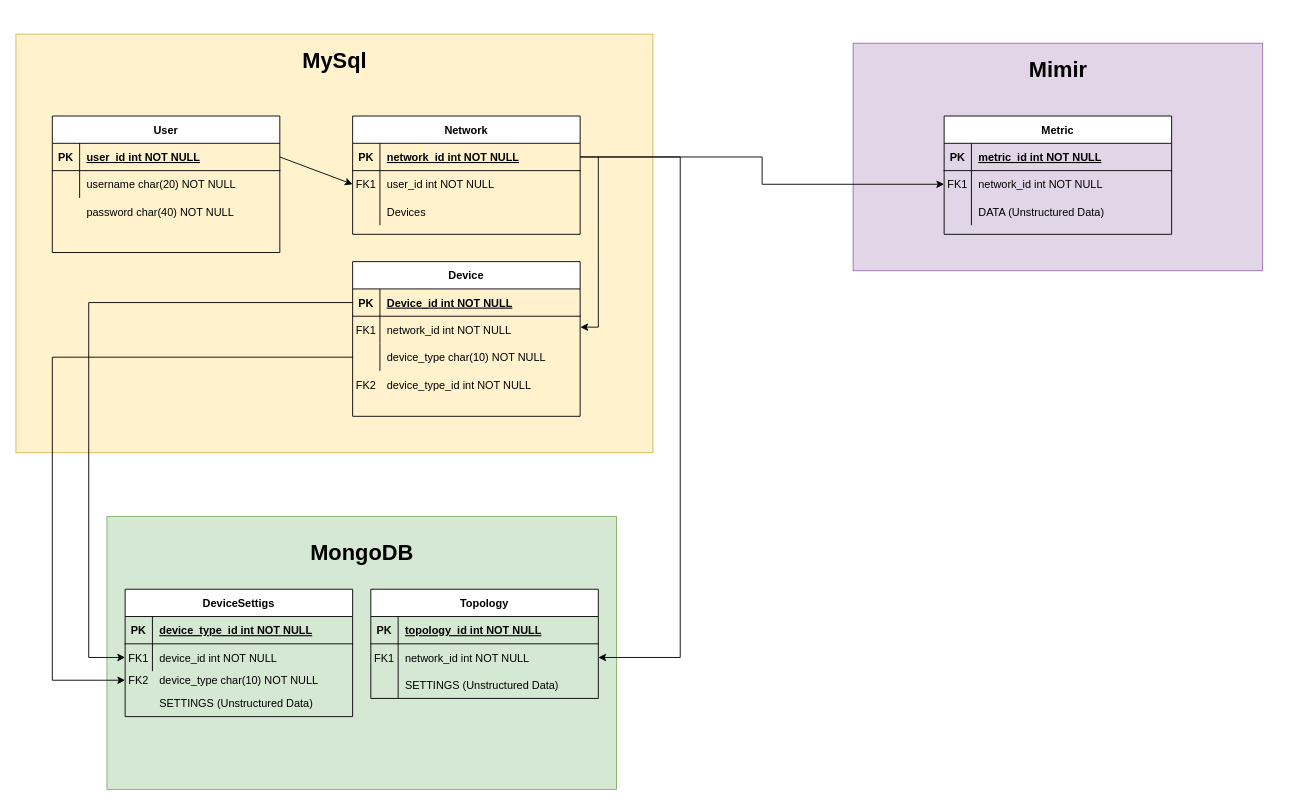
Above: documentation/diagrams/entity.drawio in detiuaveiro/PECI-05-2022-23 (draw.io), before the change. Source tidied: cells renumbered, new cells numbered last; positions are measured from the earlier drawing's top-left corner, leaving out a move shared by most shapes. Both pictures are drawn from the tidied source at 91%, with x=0, y=0 at pixel (15, 34).
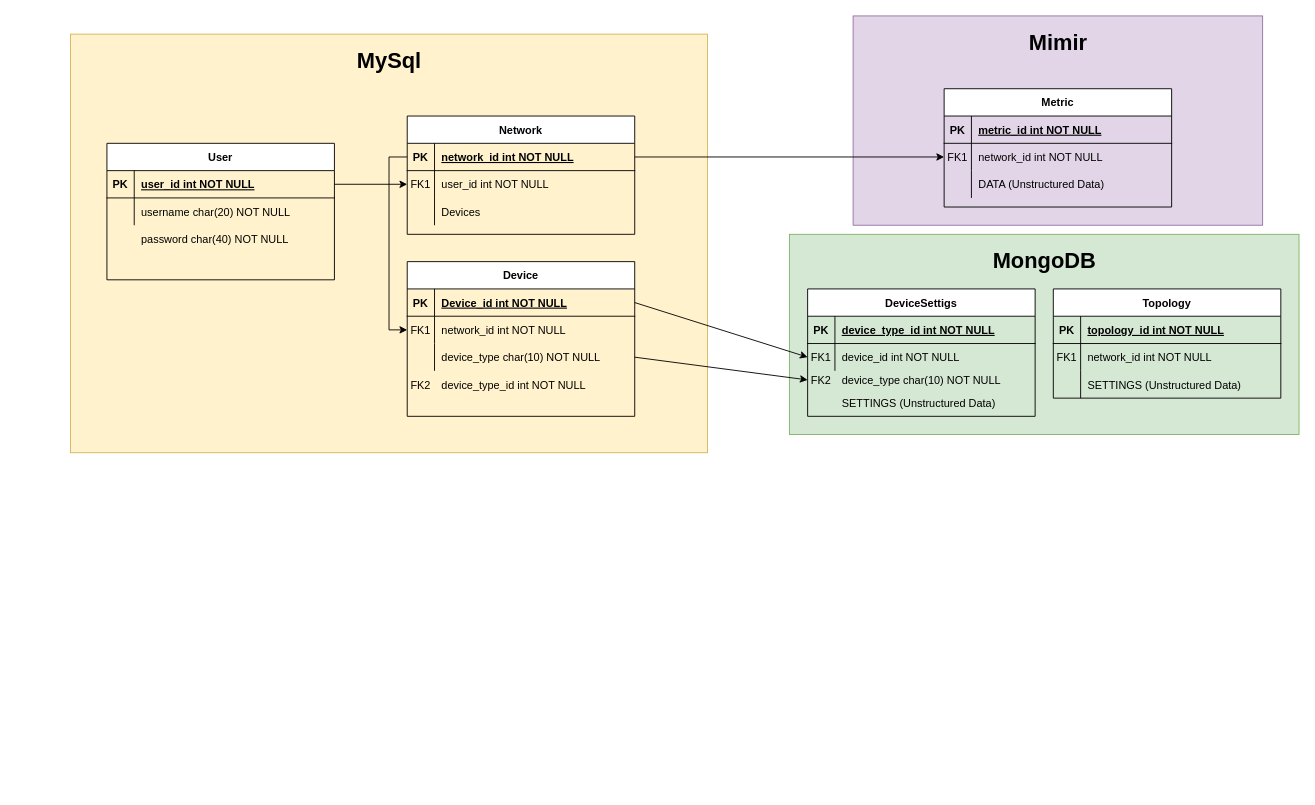
The same page after the edit.

The change refers to these unchanged cells:
```xml
<mxCell id="5" style="shape=partialRectangle;fillColor=none;points=[[0,0.5],[1,0.5]];portConstraint=eastwest;top=0;left=0;right=0;bottom=1;" parent="4" vertex="1">
  <mxGeometry y="30" width="250" height="30" as="geometry" />
</mxCell>
<mxCell id="15" style="shape=partialRectangle;fillColor=none;points=[[0,0.5],[1,0.5]];portConstraint=eastwest;top=0;left=0;right=0;bottom=1;" parent="14" vertex="1">
  <mxGeometry y="30" width="250" height="30" as="geometry" />
</mxCell>
<mxCell id="18" style="shape=partialRectangle;fillColor=none;points=[[0,0.5],[1,0.5]];portConstraint=eastwest;top=0;left=0;right=0;bottom=0;" parent="14" vertex="1">
  <mxGeometry y="60" width="250" height="30" as="geometry" />
</mxCell>
<mxCell id="21" style="shape=partialRectangle;fillColor=none;points=[[0,0.5],[1,0.5]];portConstraint=eastwest;top=0;left=0;right=0;bottom=0;" parent="14" vertex="1">
  <mxGeometry y="90" width="250" height="30" as="geometry" />
</mxCell>
<mxCell id="40" style="shape=partialRectangle;fillColor=none;points=[[0,0.5],[1,0.5]];portConstraint=eastwest;top=0;left=0;right=0;bottom=0;" parent="36" vertex="1">
  <mxGeometry y="60" width="250" height="30" as="geometry" />
</mxCell>
<mxCell id="62" style="shape=partialRectangle;fillColor=none;points=[[0,0.5],[1,0.5]];portConstraint=eastwest;top=0;left=0;right=0;bottom=0;" parent="58" vertex="1">
  <mxGeometry y="60" width="250" height="30" as="geometry" />
</mxCell>
```

What changed in the source:
```diff
@@
     <mxCell id="2" style="rounded=0;whiteSpace=wrap;html=1;fillColor=#d5e8d4;strokeColor=#82b366;" parent="1" vertex="1">
-      <mxGeometry x="100" y="530" width="560" height="300" as="geometry" />
+      <mxGeometry x="850" y="220" width="560" height="220" as="geometry" />
     </mxCell>
     <mxCell id="3" style="rounded=0;whiteSpace=wrap;html=1;fillColor=#fff2cc;strokeColor=#d6b656;" parent="1" vertex="1">
-      <mxGeometry width="700" height="460" as="geometry" />
+      <mxGeometry x="60" width="700" height="460" as="geometry" />
     </mxCell>
     <mxCell id="4" value="Network" style="shape=table;startSize=30;childLayout=tableLayout;rowLines=0;fontStyle=1;align=center;" parent="1" vertex="1">
-      <mxGeometry x="370" y="90" width="250" height="130" as="geometry" />
+      <mxGeometry x="430" y="90" width="250" height="130" as="geometry" />
     </mxCell>
@@
     <mxCell id="14" value="Device" style="shape=table;startSize=30;childLayout=tableLayout;rowLines=0;fontStyle=1;align=center;" parent="1" vertex="1">
-      <mxGeometry x="370" y="250" width="250" height="170" as="geometry" />
+      <mxGeometry x="430" y="250" width="250" height="170" as="geometry" />
     </mxCell>
@@
     <mxCell id="24" value="User" style="shape=table;startSize=30;childLayout=tableLayout;rowLines=0;fontStyle=1;align=center;" parent="1" vertex="1">
-      <mxGeometry x="40" y="90" width="250" height="150" as="geometry" />
+      <mxGeometry x="100" y="120" width="250" height="150" as="geometry" />
     </mxCell>
@@
     <mxCell id="31" value="password char(40) NOT NULL" style="shape=partialRectangle;overflow=hidden;fillColor=none;top=0;left=0;bottom=0;right=0;align=left;spacingLeft=6;" parent="1" vertex="1">
-      <mxGeometry x="70" y="180" width="220" height="30" as="geometry" />
+      <mxGeometry x="130" y="210" width="220" height="30" as="geometry" />
     </mxCell>
     <mxCell id="32" value="device_type_id int NOT NULL" style="shape=partialRectangle;overflow=hidden;fillColor=none;top=0;left=0;bottom=0;right=0;align=left;spacingLeft=6;" parent="1" vertex="1">
-      <mxGeometry x="400" y="370" width="200" height="30" as="geometry" />
+      <mxGeometry x="460" y="370" width="200" height="30" as="geometry" />
     </mxCell>
     <mxCell id="33" value="MySql" style="text;strokeColor=none;fillColor=none;html=1;fontSize=24;fontStyle=1;verticalAlign=middle;align=center;" parent="1" vertex="1">
-      <mxGeometry x="300" y="10" width="100" height="40" as="geometry" />
+      <mxGeometry x="360" y="10" width="100" height="40" as="geometry" />
     </mxCell>
     <mxCell id="34" value="MongoDB" style="text;strokeColor=none;fillColor=none;html=1;fontSize=24;fontStyle=1;verticalAlign=middle;align=center;" parent="1" vertex="1">
-      <mxGeometry x="330" y="550" width="100" height="40" as="geometry" />
+      <mxGeometry x="1080" y="230" width="100" height="40" as="geometry" />
     </mxCell>
     <mxCell id="35" value="FK2" style="shape=partialRectangle;overflow=hidden;fillColor=none;top=0;left=0;bottom=0;right=0;" parent="1" vertex="1">
-      <mxGeometry x="370" y="370" width="30" height="30" as="geometry" />
+      <mxGeometry x="430" y="370" width="30" height="30" as="geometry" />
     </mxCell>
     <mxCell id="36" value="DeviceSettigs" style="shape=table;startSize=30;childLayout=tableLayout;rowLines=0;fontStyle=1;align=center;" parent="1" vertex="1">
-      <mxGeometry x="120" y="610" width="250" height="140" as="geometry" />
+      <mxGeometry x="870" y="280" width="250" height="140" as="geometry" />
     </mxCell>
@@
     <mxCell id="43" style="rounded=0;whiteSpace=wrap;html=1;fillColor=#e1d5e7;strokeColor=#9673a6;" parent="1" vertex="1">
-      <mxGeometry x="920" y="10" width="450" height="250" as="geometry" />
+      <mxGeometry x="920" y="-20" width="450" height="230" as="geometry" />
     </mxCell>
     <mxCell id="44" value="Mimir" style="text;strokeColor=none;fillColor=none;html=1;fontSize=24;fontStyle=1;verticalAlign=middle;align=center;" parent="1" vertex="1">
-      <mxGeometry x="1095" y="20" width="100" height="40" as="geometry" />
+      <mxGeometry x="1095" y="-10" width="100" height="40" as="geometry" />
     </mxCell>
     <mxCell id="45" value="Metric" style="shape=table;startSize=30;childLayout=tableLayout;rowLines=0;fontStyle=1;align=center;" parent="1" vertex="1">
-      <mxGeometry x="1020" y="90" width="250" height="130" as="geometry" />
+      <mxGeometry x="1020" y="60" width="250" height="130" as="geometry" />
     </mxCell>
@@
-    <mxCell id="56" style="endArrow=classic;html=1;rounded=0;entryX=1.001;entryY=0.4;entryDx=0;entryDy=0;entryPerimeter=0;" parent="1" edge="1" target="18">
-      <mxGeometry relative="1" as="geometry">
-        <mxPoint x="640" y="134.5" as="sourcePoint" />
-        <Array as="points">
-          <mxPoint x="640" y="322" />
-        </Array>
-      </mxGeometry>
-    </mxCell>
@@
     <mxCell id="58" value="Topology" style="shape=table;startSize=30;childLayout=tableLayout;rowLines=0;fontStyle=1;align=center;" parent="1" vertex="1">
-      <mxGeometry x="390" y="610" width="250" height="120" as="geometry" />
+      <mxGeometry x="1140" y="280" width="250" height="120" as="geometry" />
     </mxCell>
@@
     <mxCell id="68" value="device_type char(10) NOT NULL" style="shape=partialRectangle;overflow=hidden;fillColor=none;top=0;left=0;bottom=0;right=0;align=left;spacingLeft=6;" parent="1" vertex="1">
-      <mxGeometry x="150" y="695" width="220" height="30" as="geometry" />
+      <mxGeometry x="900" y="365" width="220" height="30" as="geometry" />
     </mxCell>
     <mxCell id="69" value="SETTINGS (Unstructured Data)" style="shape=partialRectangle;overflow=hidden;fillColor=none;top=0;left=0;bottom=0;right=0;align=left;spacingLeft=6;" parent="1" vertex="1">
-      <mxGeometry x="150" y="720" width="220" height="30" as="geometry" />
+      <mxGeometry x="900" y="390" width="220" height="30" as="geometry" />
     </mxCell>
     <mxCell id="70" value="FK2" style="shape=partialRectangle;overflow=hidden;fillColor=none;top=0;left=0;bottom=0;right=0;" parent="1" vertex="1">
-      <mxGeometry x="120" y="695" width="30" height="30" as="geometry" />
+      <mxGeometry x="870" y="365" width="30" height="30" as="geometry" />
     </mxCell>
-    <mxCell id="71" style="edgeStyle=orthogonalEdgeStyle;rounded=0;jettySize=auto;html=1;exitX=0;exitY=0.5;exitDx=0;exitDy=0;" parent="1" edge="1" source="21">
-      <mxGeometry relative="1" as="geometry">
-        <mxPoint x="120" y="710" as="targetPoint" />
-        <Array as="points">
-          <mxPoint x="40" y="355" />
-          <mxPoint x="40" y="710" />
-        </Array>
-      </mxGeometry>
-    </mxCell>
+    <mxCell id="74" style="edgeStyle=orthogonalEdgeStyle;rounded=0;jettySize=auto;html=1;exitX=0;exitY=0.5;exitDx=0;exitDy=0;entryX=0;entryY=0.5;entryDx=0;entryDy=0;" parent="1" edge="1" source="5" target="18">
+      <mxGeometry relative="1" as="geometry" />
+    </mxCell>
-    <mxCell id="72" style="edgeStyle=orthogonalEdgeStyle;rounded=0;jettySize=auto;html=1;exitX=0;exitY=0.5;exitDx=0;exitDy=0;entryX=0;entryY=0.5;entryDx=0;entryDy=0;" parent="1" edge="1" source="15" target="40">
-      <mxGeometry relative="1" as="geometry">
-        <Array as="points">
-          <mxPoint x="80" y="295" />
-          <mxPoint x="80" y="685" />
-        </Array>
-      </mxGeometry>
+    <mxCell id="72" style="endArrow=classic;html=1;rounded=0;entryX=0;entryY=0.5;entryDx=0;entryDy=0;exitX=1;exitY=0.5;exitDx=0;exitDy=0;" parent="1" edge="1" source="15" target="40">
+      <mxGeometry relative="1" as="geometry" />
     </mxCell>
-    <mxCell id="73" style="edgeStyle=orthogonalEdgeStyle;rounded=0;jettySize=auto;html=1;exitX=1;exitY=0.5;exitDx=0;exitDy=0;entryX=1;entryY=0.5;entryDx=0;entryDy=0;" parent="1" edge="1" source="5" target="62">
-      <mxGeometry relative="1" as="geometry">
-        <Array as="points">
-          <mxPoint x="730" y="135" />
-          <mxPoint x="730" y="685" />
-        </Array>
-      </mxGeometry>
-    </mxCell>
+    <mxCell id="75" style="endArrow=classic;html=1;rounded=0;exitX=1;exitY=0.5;exitDx=0;exitDy=0;" parent="1" edge="1" source="21">
+      <mxGeometry relative="1" as="geometry">
+        <mxPoint x="870" y="380" as="targetPoint" />
+      </mxGeometry>
+    </mxCell>
```
